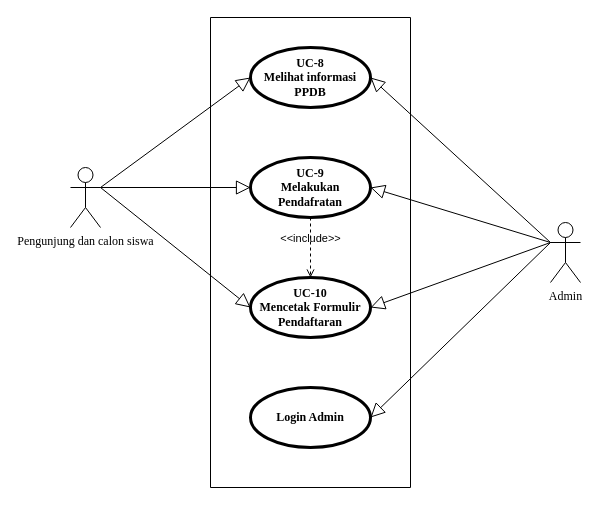
This is Usecase Pengunjung dan calon siswa.drawio from XxGembelxX/Rancangan_KP, a draw.io file, before an edit. Source tidied: cells renumbered, new cells numbered last; positions are measured from the earlier drawing's top-left corner, leaving out a move shared by most shapes. Both pictures are drawn from the tidied source at 100%, with x=0, y=0 at pixel (70, 17).
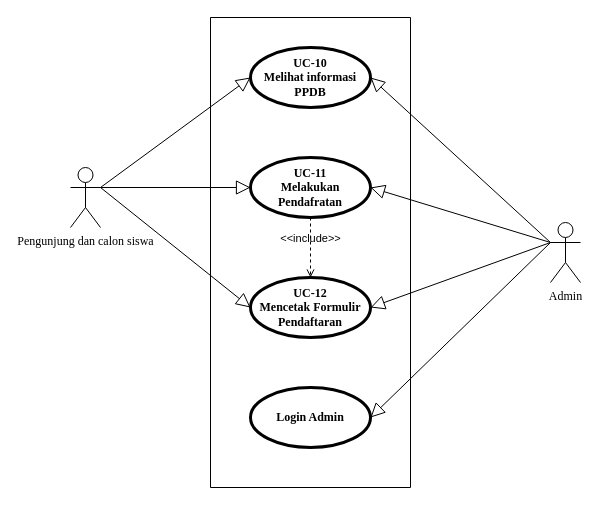
The same diagram, later.

Diff of the diagram source:
```diff
@@
 <mxGraphModel>
   <root>
     <mxCell id="0" />
     <mxCell id="1" parent="0" />
     <mxCell id="2" style="swimlane;startSize=0;" parent="1" vertex="1">
       <mxGeometry x="140" width="200" height="470" as="geometry" />
     </mxCell>
-    <mxCell id="3" value="&lt;font face=&quot;Times New Roman&quot;&gt;UC-9&lt;br&gt;Melakukan Pendafratan&lt;/font&gt;" style="shape=ellipse;html=1;strokeWidth=3;fontStyle=1;whiteSpace=wrap;align=center;perimeter=ellipsePerimeter;" parent="2" vertex="1">
+    <mxCell id="3" value="&lt;font face=&quot;Times New Roman&quot;&gt;UC-11&lt;br&gt;Melakukan Pendafratan&lt;/font&gt;" style="shape=ellipse;html=1;strokeWidth=3;fontStyle=1;whiteSpace=wrap;align=center;perimeter=ellipsePerimeter;" parent="2" vertex="1">
       <mxGeometry x="40" y="140" width="120" height="60" as="geometry" />
     </mxCell>
-    <mxCell id="4" value="&lt;font face=&quot;Times New Roman&quot;&gt;UC-10&lt;br&gt;Mencetak Formulir Pendaftaran&lt;/font&gt;" style="shape=ellipse;html=1;strokeWidth=3;fontStyle=1;whiteSpace=wrap;align=center;perimeter=ellipsePerimeter;" parent="2" vertex="1">
+    <mxCell id="4" value="&lt;font face=&quot;Times New Roman&quot;&gt;UC-12&lt;br&gt;Mencetak Formulir Pendaftaran&lt;/font&gt;" style="shape=ellipse;html=1;strokeWidth=3;fontStyle=1;whiteSpace=wrap;align=center;perimeter=ellipsePerimeter;" parent="2" vertex="1">
       <mxGeometry x="40" y="260" width="120" height="60" as="geometry" />
     </mxCell>
     <mxCell id="5" value="&amp;lt;&amp;lt;include&amp;gt;&amp;gt;" style="edgeStyle=none;html=1;endArrow=open;verticalAlign=bottom;dashed=1;labelBackgroundColor=none;rounded=0;exitX=0.5;exitY=1;exitDx=0;exitDy=0;entryX=0.5;entryY=0;entryDx=0;entryDy=0;" parent="2" edge="1" source="3" target="4">
       <mxGeometry relative="1" as="geometry" />
     </mxCell>
-    <mxCell id="6" value="&lt;font face=&quot;Times New Roman&quot;&gt;UC-8&lt;br&gt;Melihat informasi PPDB&lt;/font&gt;" style="shape=ellipse;html=1;strokeWidth=3;fontStyle=1;whiteSpace=wrap;align=center;perimeter=ellipsePerimeter;" parent="2" vertex="1">
+    <mxCell id="6" value="&lt;font face=&quot;Times New Roman&quot;&gt;UC-10&lt;br&gt;Melihat informasi PPDB&lt;/font&gt;" style="shape=ellipse;html=1;strokeWidth=3;fontStyle=1;whiteSpace=wrap;align=center;perimeter=ellipsePerimeter;" parent="2" vertex="1">
       <mxGeometry x="40" y="30" width="120" height="60" as="geometry" />
     </mxCell>
     <mxCell id="7" value="&lt;font face=&quot;Times New Roman&quot;&gt;Login Admin&lt;/font&gt;" style="shape=ellipse;html=1;strokeWidth=3;fontStyle=1;whiteSpace=wrap;align=center;perimeter=ellipsePerimeter;" parent="2" vertex="1">
       <mxGeometry x="40" y="370" width="120" height="60" as="geometry" />
     </mxCell>
     <mxCell id="8" value="&lt;font face=&quot;Times New Roman&quot;&gt;Pengunjung dan calon siswa&lt;/font&gt;" style="shape=umlActor;html=1;verticalLabelPosition=bottom;verticalAlign=top;align=center;" parent="1" vertex="1">
       <mxGeometry y="150" width="30" height="60" as="geometry" />
     </mxCell>
     <mxCell id="9" style="edgeStyle=none;html=1;endArrow=block;endFill=0;endSize=12;verticalAlign=bottom;rounded=0;exitX=1;exitY=0.3333333333333333;exitDx=0;exitDy=0;exitPerimeter=0;entryX=0;entryY=0.5;entryDx=0;entryDy=0;" parent="1" edge="1" source="8" target="4">
       <mxGeometry relative="1" as="geometry" />
     </mxCell>
     <mxCell id="10" style="edgeStyle=none;html=1;endArrow=block;endFill=0;endSize=12;verticalAlign=bottom;rounded=0;exitX=1;exitY=0.3333333333333333;exitDx=0;exitDy=0;exitPerimeter=0;entryX=0;entryY=0.5;entryDx=0;entryDy=0;" parent="1" edge="1" source="8" target="3">
       <mxGeometry relative="1" as="geometry" />
     </mxCell>
     <mxCell id="11" style="edgeStyle=none;html=1;endArrow=block;endFill=0;endSize=12;verticalAlign=bottom;rounded=0;exitX=1;exitY=0.3333333333333333;exitDx=0;exitDy=0;exitPerimeter=0;entryX=0;entryY=0.5;entryDx=0;entryDy=0;" parent="1" edge="1" source="8" target="6">
       <mxGeometry relative="1" as="geometry" />
     </mxCell>
     <mxCell id="12" value="&lt;font face=&quot;Times New Roman&quot;&gt;Admin&lt;/font&gt;" style="shape=umlActor;html=1;verticalLabelPosition=bottom;verticalAlign=top;align=center;" parent="1" vertex="1">
       <mxGeometry x="480" y="205" width="30" height="60" as="geometry" />
     </mxCell>
     <mxCell id="13" style="edgeStyle=none;html=1;endArrow=block;endFill=0;endSize=12;verticalAlign=bottom;rounded=0;exitX=0;exitY=0.3333333333333333;exitDx=0;exitDy=0;exitPerimeter=0;entryX=1;entryY=0.5;entryDx=0;entryDy=0;" parent="1" edge="1" source="12" target="6">
       <mxGeometry relative="1" as="geometry" />
     </mxCell>
     <mxCell id="14" style="edgeStyle=none;html=1;endArrow=block;endFill=0;endSize=12;verticalAlign=bottom;rounded=0;exitX=0;exitY=0.3333333333333333;exitDx=0;exitDy=0;exitPerimeter=0;entryX=1;entryY=0.5;entryDx=0;entryDy=0;" parent="1" edge="1" source="12" target="3">
       <mxGeometry relative="1" as="geometry" />
     </mxCell>
     <mxCell id="15" style="edgeStyle=none;html=1;endArrow=block;endFill=0;endSize=12;verticalAlign=bottom;rounded=0;exitX=0;exitY=0.3333333333333333;exitDx=0;exitDy=0;exitPerimeter=0;entryX=1;entryY=0.5;entryDx=0;entryDy=0;" parent="1" edge="1" source="12" target="4">
       <mxGeometry relative="1" as="geometry" />
     </mxCell>
     <mxCell id="16" style="edgeStyle=none;html=1;endArrow=block;endFill=0;endSize=12;verticalAlign=bottom;rounded=0;exitX=0;exitY=0.3333333333333333;exitDx=0;exitDy=0;exitPerimeter=0;entryX=1;entryY=0.5;entryDx=0;entryDy=0;" parent="1" edge="1" source="12" target="7">
       <mxGeometry relative="1" as="geometry" />
     </mxCell>
   </root>
 </mxGraphModel>
```
